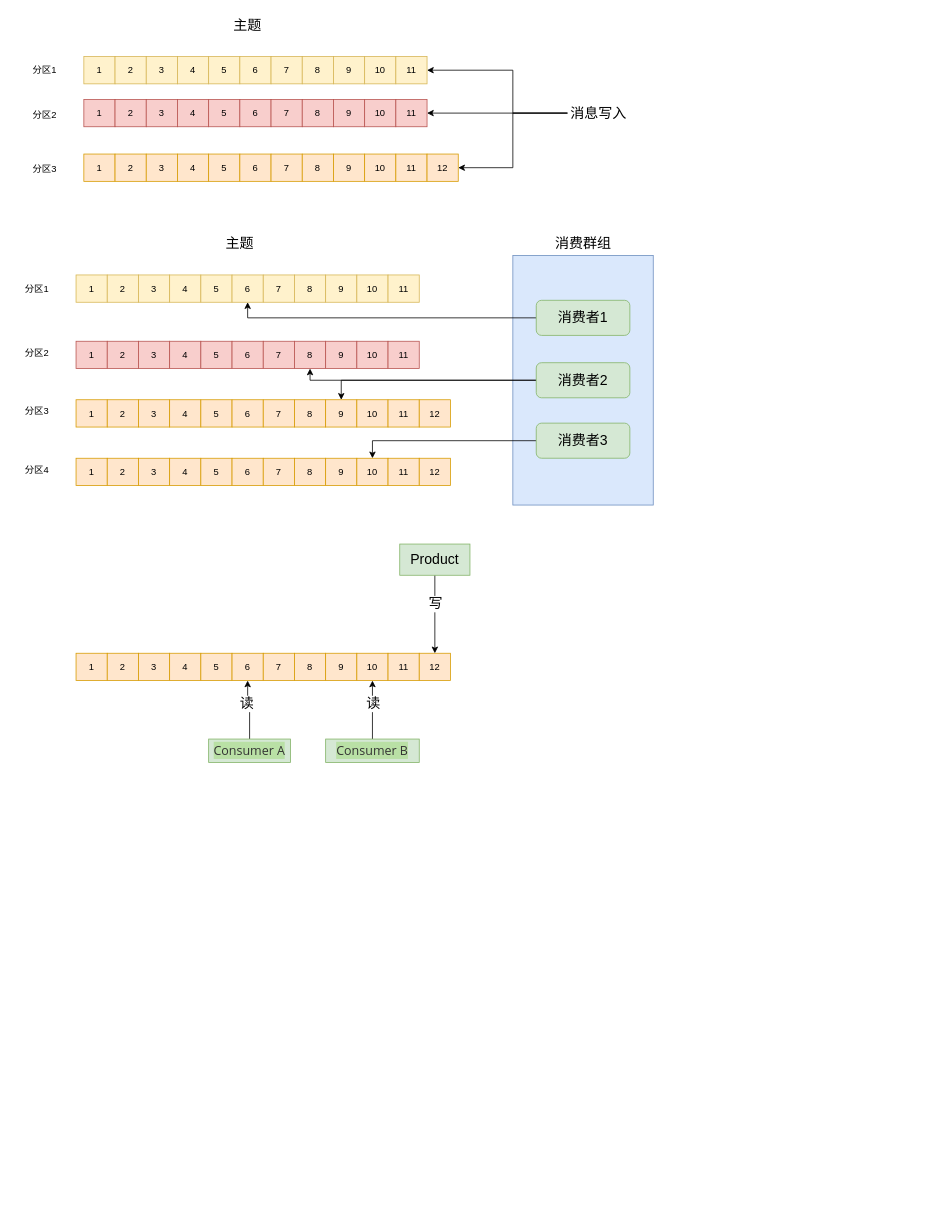
Above: kafka.drawio in linbingxing/mind (draw.io), before the change. Source tidied: cells renumbered, new cells numbered last; positions are measured from the earlier drawing's top-left corner, leaving out a move shared by most shapes. Both pictures are drawn from the tidied source at 78%, with x=0, y=0 at pixel (13, 13).
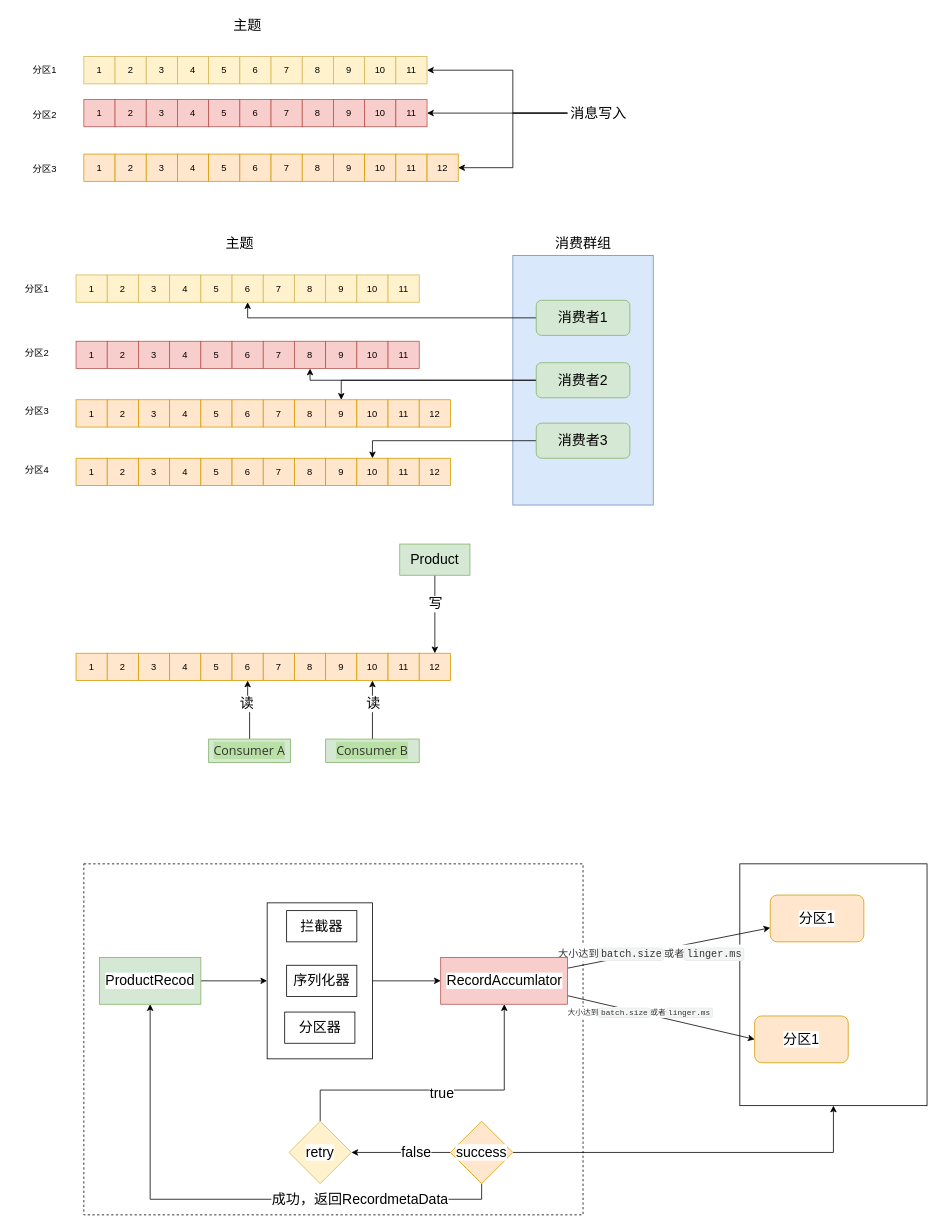
After the change.

Change to the diagram source:
```diff
@@
+    <mxCell id="125" style="rounded=0;whiteSpace=wrap;html=1;labelBackgroundColor=#FFFFFF;fontSize=18;fontColor=#000000;" parent="1" vertex="1">
+      <mxGeometry x="931" y="1090" width="240" height="310" as="geometry" />
+    </mxCell>
@@
+    <mxCell id="126" style="rounded=0;whiteSpace=wrap;html=1;labelBackgroundColor=#B9E0A5;fontSize=18;dashed=1;" parent="1" vertex="1">
+      <mxGeometry x="90" y="1090" width="640" height="450" as="geometry" />
+    </mxCell>
+    <mxCell id="127" style="edgeStyle=orthogonalEdgeStyle;rounded=0;jettySize=auto;html=1;fontSize=18;fontColor=#000000;" parent="1" edge="1" source="128" target="130">
+      <mxGeometry relative="1" as="geometry" />
+    </mxCell>
+    <mxCell id="128" value="ProductRecod" style="rounded=0;whiteSpace=wrap;html=1;labelBackgroundColor=#FFFFFF;fontSize=18;fillColor=#d5e8d4;strokeColor=#82b366;" parent="1" vertex="1">
+      <mxGeometry x="110" y="1210" width="130" height="60" as="geometry" />
+    </mxCell>
+    <mxCell id="129" style="edgeStyle=orthogonalEdgeStyle;rounded=0;jettySize=auto;html=1;fontSize=18;fontColor=#000000;" parent="1" edge="1" source="130" target="138">
+      <mxGeometry relative="1" as="geometry" />
+    </mxCell>
+    <mxCell id="130" style="whiteSpace=wrap;html=1;fontSize=18;fontColor=#000000;rounded=0;labelBackgroundColor=#FFFFFF;" parent="1" vertex="1">
+      <mxGeometry x="325" y="1140" width="135" height="200" as="geometry" />
+    </mxCell>
+    <mxCell id="131" value="拦截器" style="rounded=0;whiteSpace=wrap;html=1;labelBackgroundColor=#FFFFFF;fontSize=18;fontColor=#000000;" parent="1" vertex="1">
+      <mxGeometry x="350" y="1150" width="90" height="40" as="geometry" />
+    </mxCell>
+    <mxCell id="132" value="序列化器" style="rounded=0;whiteSpace=wrap;html=1;labelBackgroundColor=#FFFFFF;fontSize=18;fontColor=#000000;" parent="1" vertex="1">
+      <mxGeometry x="350" y="1220" width="90" height="40" as="geometry" />
+    </mxCell>
+    <mxCell id="133" value="分区器" style="rounded=0;whiteSpace=wrap;html=1;labelBackgroundColor=#FFFFFF;fontSize=18;fontColor=#000000;" parent="1" vertex="1">
+      <mxGeometry x="347.5" y="1280" width="90" height="40" as="geometry" />
+    </mxCell>
+    <mxCell id="134" style="rounded=0;jettySize=auto;html=1;fontSize=18;fontColor=#000000;" parent="1" edge="1" source="138" target="139">
+      <mxGeometry relative="1" as="geometry" />
+    </mxCell>
+    <mxCell id="135" value="&lt;font style=&quot;font-size: 13px&quot;&gt;&lt;span class=&quot;md-plain md-expand&quot; style=&quot;box-sizing: border-box ; color: rgb(51 , 51 , 51) ; font-family: &amp;#34;open sans&amp;#34; , &amp;#34;clear sans&amp;#34; , &amp;#34;helvetica neue&amp;#34; , &amp;#34;helvetica&amp;#34; , &amp;#34;arial&amp;#34; , sans-serif ; text-align: left&quot;&gt;大小达到&lt;/span&gt;&lt;span spellcheck=&quot;false&quot; class=&quot;md-pair-s&quot; style=&quot;box-sizing: border-box ; color: rgb(51 , 51 , 51) ; font-family: &amp;#34;open sans&amp;#34; , &amp;#34;clear sans&amp;#34; , &amp;#34;helvetica neue&amp;#34; , &amp;#34;helvetica&amp;#34; , &amp;#34;arial&amp;#34; , sans-serif ; text-align: left&quot;&gt;&lt;code style=&quot;box-sizing: border-box ; border: 1px solid rgb(231 , 234 , 237) ; background-color: rgb(243 , 244 , 244) ; border-radius: 3px ; padding: 0px 2px&quot;&gt;batch.size&lt;/code&gt;&lt;/span&gt;&lt;span class=&quot;md-plain&quot; style=&quot;box-sizing: border-box ; color: rgb(51 , 51 , 51) ; font-family: &amp;#34;open sans&amp;#34; , &amp;#34;clear sans&amp;#34; , &amp;#34;helvetica neue&amp;#34; , &amp;#34;helvetica&amp;#34; , &amp;#34;arial&amp;#34; , sans-serif ; text-align: left&quot;&gt;或者&lt;/span&gt;&lt;span spellcheck=&quot;false&quot; class=&quot;md-pair-s md-expand&quot; style=&quot;box-sizing: border-box ; color: rgb(51 , 51 , 51) ; font-family: &amp;#34;open sans&amp;#34; , &amp;#34;clear sans&amp;#34; , &amp;#34;helvetica neue&amp;#34; , &amp;#34;helvetica&amp;#34; , &amp;#34;arial&amp;#34; , sans-serif ; text-align: left&quot;&gt;&lt;code style=&quot;box-sizing: border-box ; border: 1px solid rgb(231 , 234 , 237) ; background-color: rgb(243 , 244 , 244) ; border-radius: 3px ; padding: 0px 2px&quot;&gt;linger.ms&lt;/code&gt;&lt;/span&gt;&lt;/font&gt;" style="edgeLabel;html=1;align=center;verticalAlign=middle;fontSize=18;fontColor=#000000;" parent="134" vertex="1">
+      <mxGeometry x="-0.18" y="-1" relative="1" as="geometry">
+        <mxPoint x="-1" as="offset" />
+      </mxGeometry>
+    </mxCell>
+    <mxCell id="136" style="rounded=0;jettySize=auto;html=1;entryX=0;entryY=0.5;entryDx=0;entryDy=0;fontSize=18;fontColor=#000000;" parent="1" edge="1" source="138" target="140">
+      <mxGeometry relative="1" as="geometry" />
+    </mxCell>
+    <mxCell id="137" value="&lt;span class=&quot;md-plain md-expand&quot; style=&quot;box-sizing: border-box; color: rgb(51, 51, 51); font-family: &amp;quot;open sans&amp;quot;, &amp;quot;clear sans&amp;quot;, &amp;quot;helvetica neue&amp;quot;, helvetica, arial, sans-serif; font-size: 10px; text-align: left;&quot;&gt;大小达到&lt;/span&gt;&lt;span spellcheck=&quot;false&quot; class=&quot;md-pair-s&quot; style=&quot;box-sizing: border-box; color: rgb(51, 51, 51); font-family: &amp;quot;open sans&amp;quot;, &amp;quot;clear sans&amp;quot;, &amp;quot;helvetica neue&amp;quot;, helvetica, arial, sans-serif; font-size: 10px; text-align: left;&quot;&gt;&lt;code style=&quot;box-sizing: border-box; border: 1px solid rgb(231, 234, 237); background-color: rgb(243, 244, 244); border-radius: 3px; padding: 0px 2px; font-size: 10px;&quot;&gt;batch.size&lt;/code&gt;&lt;/span&gt;&lt;span class=&quot;md-plain&quot; style=&quot;box-sizing: border-box; color: rgb(51, 51, 51); font-family: &amp;quot;open sans&amp;quot;, &amp;quot;clear sans&amp;quot;, &amp;quot;helvetica neue&amp;quot;, helvetica, arial, sans-serif; font-size: 10px; text-align: left;&quot;&gt;或者&lt;/span&gt;&lt;span spellcheck=&quot;false&quot; class=&quot;md-pair-s md-expand&quot; style=&quot;box-sizing: border-box; color: rgb(51, 51, 51); font-family: &amp;quot;open sans&amp;quot;, &amp;quot;clear sans&amp;quot;, &amp;quot;helvetica neue&amp;quot;, helvetica, arial, sans-serif; font-size: 10px; text-align: left;&quot;&gt;&lt;code style=&quot;box-sizing: border-box; border: 1px solid rgb(231, 234, 237); background-color: rgb(243, 244, 244); border-radius: 3px; padding: 0px 2px; font-size: 10px;&quot;&gt;linger.ms&lt;/code&gt;&lt;/span&gt;" style="edgeLabel;html=1;align=center;verticalAlign=middle;fontSize=10;fontColor=#000000;" parent="136" vertex="1">
+      <mxGeometry x="-0.22" y="1" relative="1" as="geometry">
+        <mxPoint x="-1" as="offset" />
+      </mxGeometry>
+    </mxCell>
+    <mxCell id="138" value="RecordAccumlator" style="whiteSpace=wrap;html=1;fontSize=18;rounded=0;labelBackgroundColor=#FFFFFF;fillColor=#f8cecc;strokeColor=#b85450;" parent="1" vertex="1">
+      <mxGeometry x="547.5" y="1210" width="162.5" height="60" as="geometry" />
+    </mxCell>
+    <mxCell id="139" value="分区1" style="rounded=1;whiteSpace=wrap;html=1;labelBackgroundColor=#FFFFFF;fontSize=18;fillColor=#ffe6cc;strokeColor=#d79b00;" parent="1" vertex="1">
+      <mxGeometry x="970" y="1130" width="120" height="60" as="geometry" />
+    </mxCell>
+    <mxCell id="140" value="分区1" style="rounded=1;whiteSpace=wrap;html=1;labelBackgroundColor=#FFFFFF;fontSize=18;fillColor=#ffe6cc;strokeColor=#d79b00;" parent="1" vertex="1">
+      <mxGeometry x="950" y="1285" width="120" height="60" as="geometry" />
+    </mxCell>
+    <mxCell id="141" style="edgeStyle=orthogonalEdgeStyle;rounded=0;jettySize=auto;html=1;entryX=0.5;entryY=1;entryDx=0;entryDy=0;fontSize=18;fontColor=#000000;" parent="1" edge="1" source="146" target="125">
+      <mxGeometry relative="1" as="geometry" />
+    </mxCell>
+    <mxCell id="142" style="edgeStyle=orthogonalEdgeStyle;rounded=0;jettySize=auto;html=1;fontSize=18;fontColor=#000000;" parent="1" edge="1" source="146" target="149">
+      <mxGeometry relative="1" as="geometry" />
+    </mxCell>
+    <mxCell id="143" value="false" style="edgeLabel;html=1;align=center;verticalAlign=middle;fontSize=18;fontColor=#000000;" parent="142" vertex="1">
+      <mxGeometry x="-0.29" y="-1" relative="1" as="geometry" />
+    </mxCell>
+    <mxCell id="144" style="edgeStyle=orthogonalEdgeStyle;rounded=0;jettySize=auto;html=1;entryX=0.5;entryY=1;entryDx=0;entryDy=0;fontSize=18;fontColor=#000000;" parent="1" edge="1" source="146" target="128">
+      <mxGeometry relative="1" as="geometry">
+        <Array as="points">
+          <mxPoint x="600" y="1520" />
+          <mxPoint x="175" y="1520" />
+        </Array>
+      </mxGeometry>
+    </mxCell>
+    <mxCell id="145" value="成功，返回RecordmetaData" style="edgeLabel;html=1;align=center;verticalAlign=middle;fontSize=18;fontColor=#000000;" parent="144" vertex="1">
+      <mxGeometry x="-0.49" relative="1" as="geometry" />
+    </mxCell>
+    <mxCell id="146" value="success" style="rhombus;whiteSpace=wrap;html=1;labelBackgroundColor=#FFFFFF;fontSize=18;fillColor=#ffe6cc;strokeColor=#d79b00;" parent="1" vertex="1">
+      <mxGeometry x="560" y="1420" width="80" height="80" as="geometry" />
+    </mxCell>
+    <mxCell id="147" style="edgeStyle=orthogonalEdgeStyle;rounded=0;jettySize=auto;html=1;fontSize=18;fontColor=#000000;" parent="1" edge="1" source="149" target="138">
+      <mxGeometry relative="1" as="geometry">
+        <Array as="points">
+          <mxPoint x="393" y="1380" />
+          <mxPoint x="629" y="1380" />
+        </Array>
+      </mxGeometry>
+    </mxCell>
+    <mxCell id="148" value="true" style="edgeLabel;html=1;align=center;verticalAlign=middle;fontSize=18;fontColor=#000000;" parent="147" vertex="1">
+      <mxGeometry x="0.01" y="-4" relative="1" as="geometry" />
+    </mxCell>
+    <mxCell id="149" value="retry" style="rhombus;whiteSpace=wrap;html=1;labelBackgroundColor=#FFFFFF;fontSize=18;fillColor=#fff2cc;strokeColor=#d6b656;" parent="1" vertex="1">
+      <mxGeometry x="353" y="1420" width="80" height="80" as="geometry" />
+    </mxCell>
```
